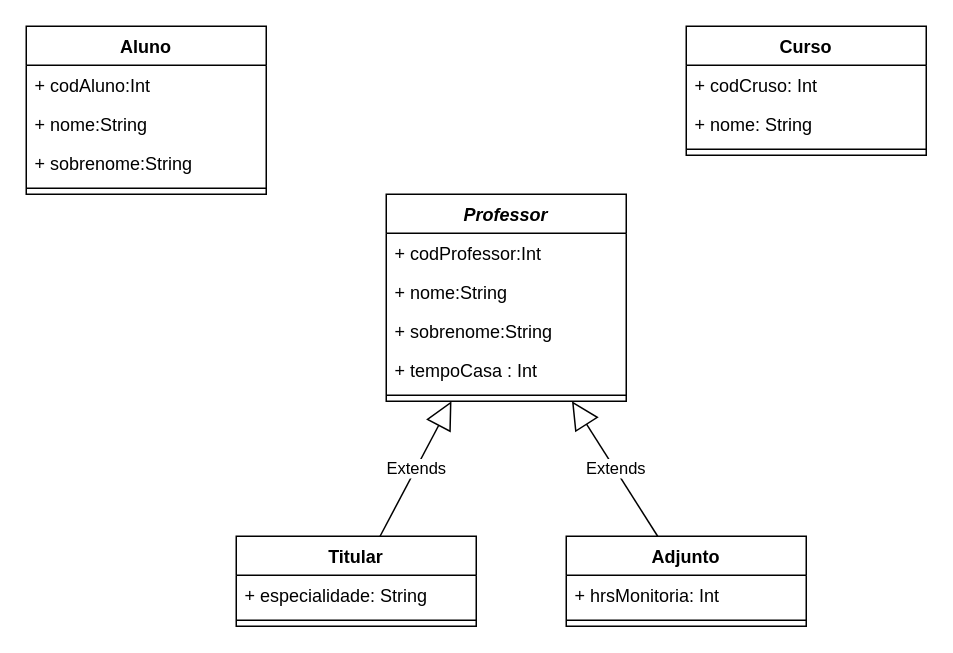
Nogueira94/desafio1_digital_house keeps this draw.io diagram as Desafio1drawio.drawio. Above is the earlier version. Source tidied: cells renumbered, new cells numbered last; positions are measured from the earlier drawing's top-left corner, leaving out a move shared by most shapes. Both pictures are drawn from the tidied source at 150%, with x=0, y=0 at pixel (26, 26).
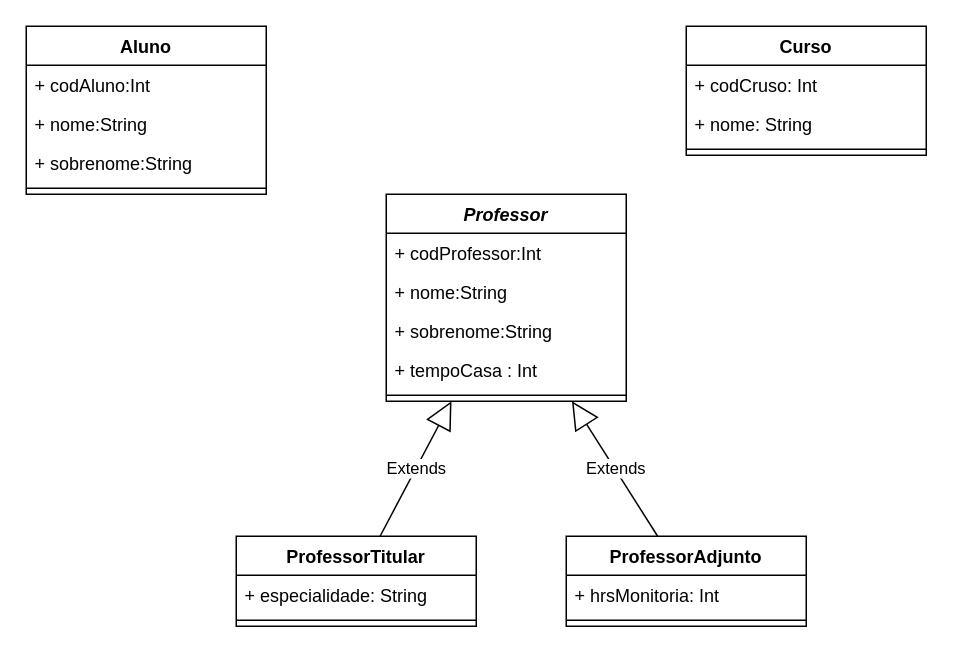
The same diagram, later.

The edit, as a diff of the source:
```diff
@@
-    <mxCell id="10" value="Titular&#10;" style="swimlane;fontStyle=1;align=center;verticalAlign=top;horizontal=1;startSize=26;" parent="1" vertex="1">
+    <mxCell id="10" value="ProfessorTitular&#10;" style="swimlane;fontStyle=1;align=center;verticalAlign=top;horizontal=1;startSize=26;" parent="1" vertex="1">
       <mxGeometry x="140" y="340" width="160" height="60" as="geometry" />
     </mxCell>
@@
-    <mxCell id="13" value="Adjunto" style="swimlane;fontStyle=1;align=center;verticalAlign=top;horizontal=1;startSize=26;" parent="1" vertex="1">
+    <mxCell id="13" value="ProfessorAdjunto" style="swimlane;fontStyle=1;align=center;verticalAlign=top;horizontal=1;startSize=26;" parent="1" vertex="1">
       <mxGeometry x="360" y="340" width="160" height="60" as="geometry" />
     </mxCell>
```
